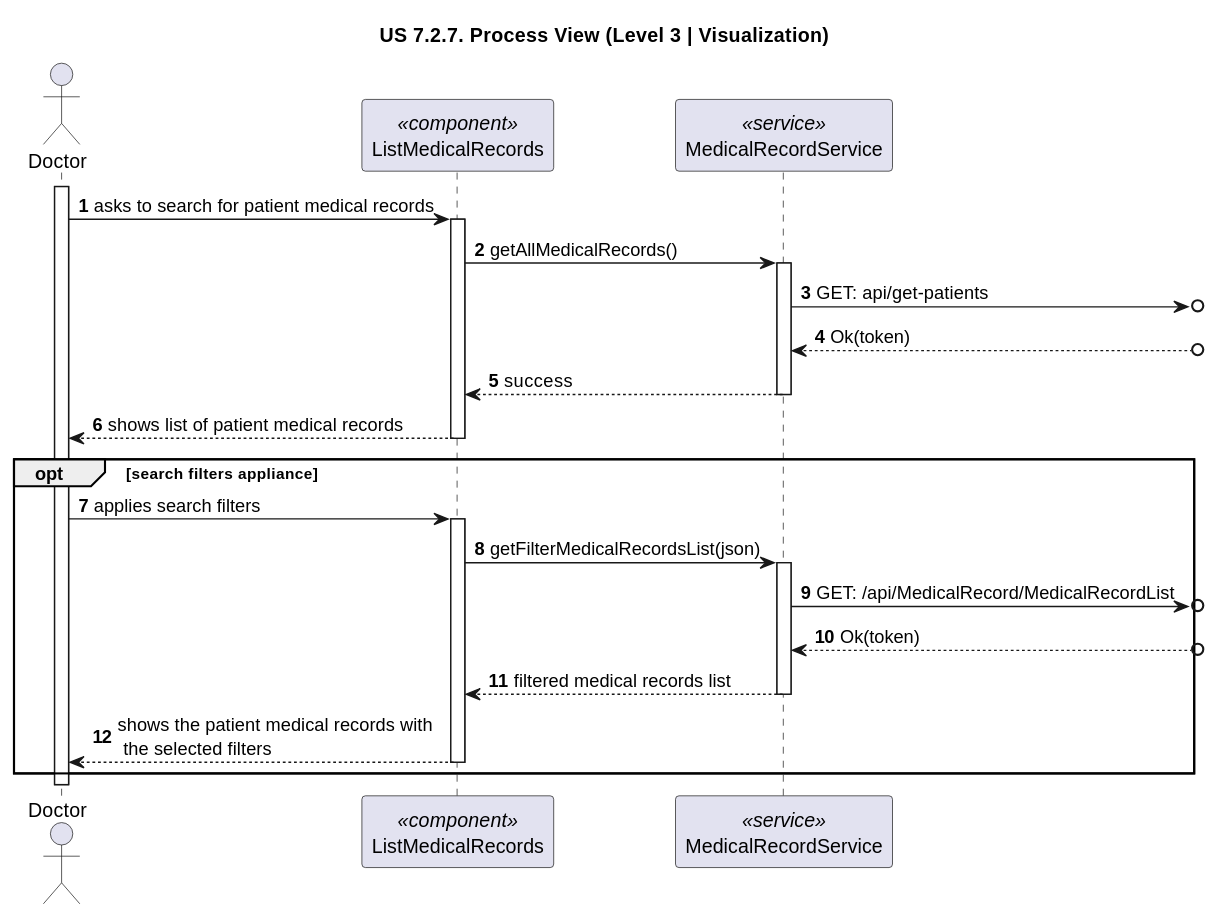
Above: docs/sprint-3/1221933/us-7.2.7/diagrams/n3/process-view-nivel3-visualization.svg in rita-barbosa/LAPR5-2425 (PlantUML), before the change.
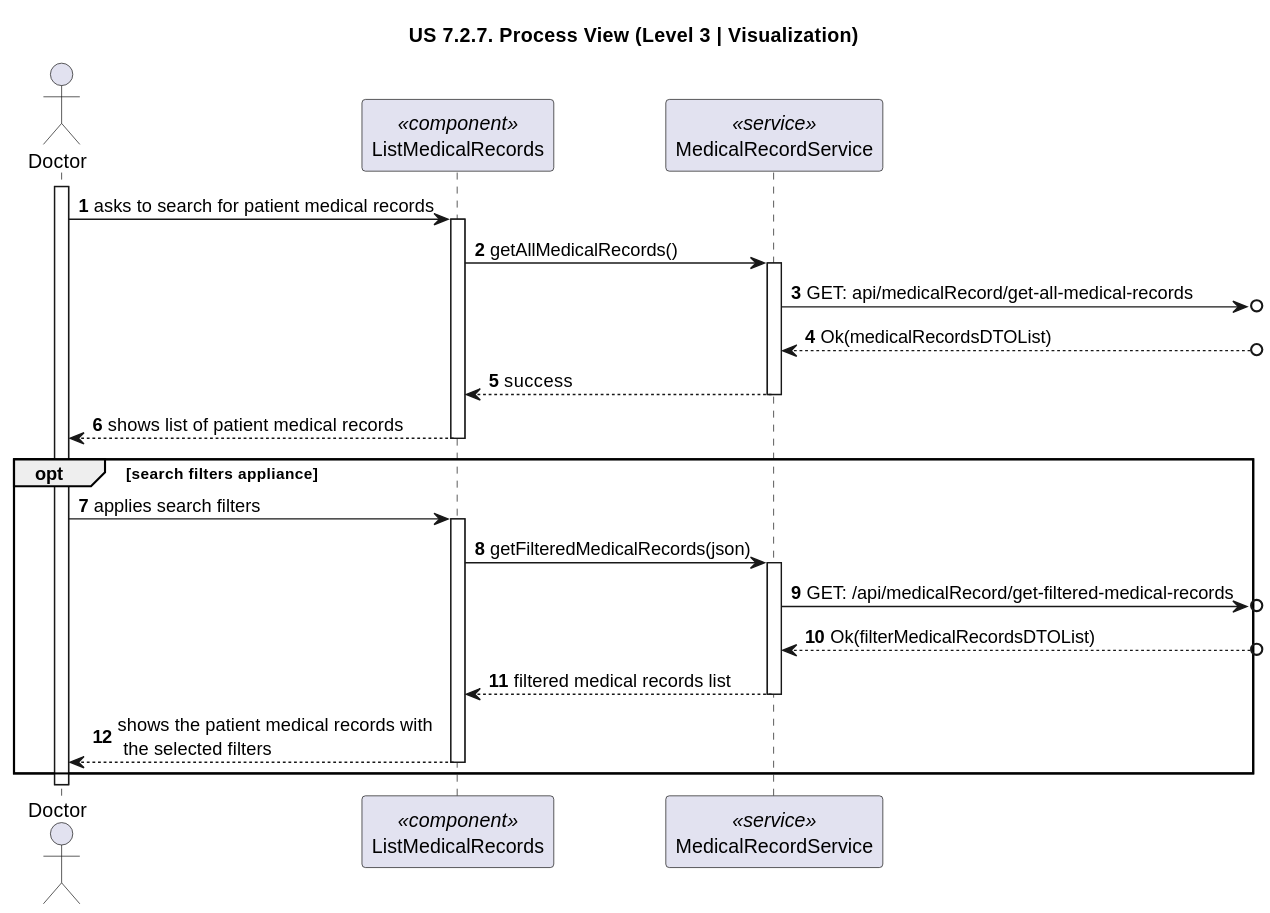
The same diagram one commit later.

What changed in the source:
```diff
@@ -14,9 +14,9 @@
 UPP -> PS : getAllMedicalRecords()
 activate PS
 
-PS ->o] : GET: api/get-patients
+PS ->o] : GET: api/medicalRecord/get-all-medical-records
 
-PS <--o] : Ok(token)
+PS <--o] : Ok(medicalRecordsDTOList)
 
 PS --> UPP: success
 deactivate PS
@@ -28,12 +28,12 @@
     USER-> UPP : applies search filters
     activate UPP
 
-        UPP -> PS : getFilterMedicalRecordsList(json)
+        UPP -> PS : getFilteredMedicalRecords(json)
         activate PS
 
-        PS ->o] : GET: /api/MedicalRecord/MedicalRecordList
+        PS ->o] : GET: /api/medicalRecord/get-filtered-medical-records
 
-        PS <--o] : Ok(token)
+        PS <--o] : Ok(filterMedicalRecordsDTOList)
 
         PS --> UPP : filtered medical records list
         deactivate PS
```
